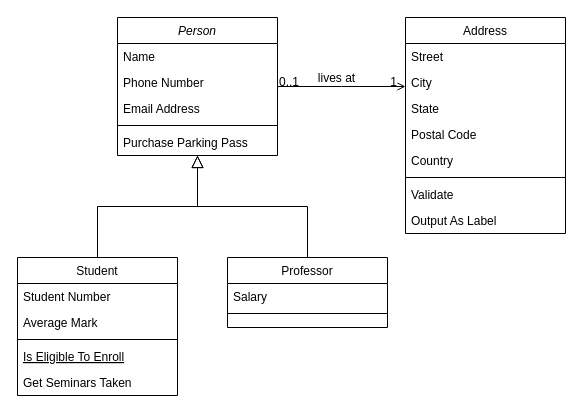
Before: test.drawio in andaren/draw.io, a draw.io diagram. Source tidied: cells renumbered, new cells numbered last; positions are measured from the earlier drawing's top-left corner, leaving out a move shared by most shapes. Both pictures are drawn from the tidied source at 100%, with x=0, y=0 at pixel (17, 17).
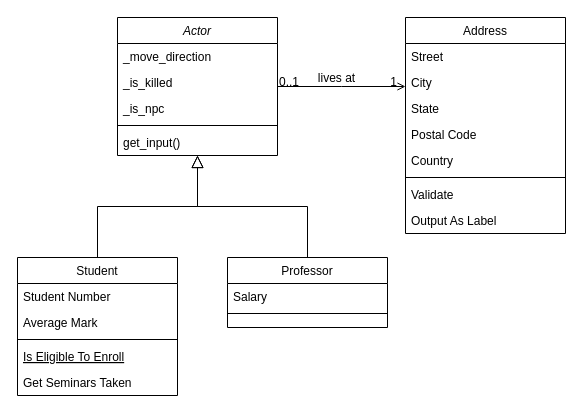
The same page after the edit.

Diff of the diagram source:
```diff
@@
-    <mxCell id="2" value="Person" style="swimlane;fontStyle=2;align=center;verticalAlign=top;horizontal=1;startSize=26;rounded=0;shadow=0;strokeWidth=1;" parent="1" vertex="1">
+    <mxCell id="2" value="Actor" style="swimlane;fontStyle=2;align=center;verticalAlign=top;horizontal=1;startSize=26;rounded=0;shadow=0;strokeWidth=1;" parent="1" vertex="1">
       <mxGeometry x="100" width="160" height="138" as="geometry" />
     </mxCell>
-    <mxCell id="3" value="Name" style="text;align=left;verticalAlign=top;spacingLeft=4;spacingRight=4;overflow=hidden;" parent="2" vertex="1">
+    <mxCell id="3" value="_move_direction" style="text;align=left;verticalAlign=top;spacingLeft=4;spacingRight=4;overflow=hidden;" parent="2" vertex="1">
       <mxGeometry y="26" width="160" height="26" as="geometry" />
     </mxCell>
-    <mxCell id="4" value="Phone Number" style="text;align=left;verticalAlign=top;spacingLeft=4;spacingRight=4;overflow=hidden;rounded=0;shadow=0;html=0;" parent="2" vertex="1">
+    <mxCell id="4" value="_is_killed" style="text;align=left;verticalAlign=top;spacingLeft=4;spacingRight=4;overflow=hidden;rounded=0;shadow=0;html=0;" parent="2" vertex="1">
       <mxGeometry y="52" width="160" height="26" as="geometry" />
     </mxCell>
-    <mxCell id="5" value="Email Address" style="text;align=left;verticalAlign=top;spacingLeft=4;spacingRight=4;overflow=hidden;rounded=0;shadow=0;html=0;" parent="2" vertex="1">
+    <mxCell id="5" value="_is_npc" style="text;align=left;verticalAlign=top;spacingLeft=4;spacingRight=4;overflow=hidden;rounded=0;shadow=0;html=0;" parent="2" vertex="1">
       <mxGeometry y="78" width="160" height="26" as="geometry" />
     </mxCell>
@@
-    <mxCell id="7" value="Purchase Parking Pass" style="text;align=left;verticalAlign=top;spacingLeft=4;spacingRight=4;overflow=hidden;" parent="2" vertex="1">
+    <mxCell id="7" value="get_input()" style="text;align=left;verticalAlign=top;spacingLeft=4;spacingRight=4;overflow=hidden;" parent="2" vertex="1">
       <mxGeometry y="112" width="160" height="26" as="geometry" />
     </mxCell>
```
